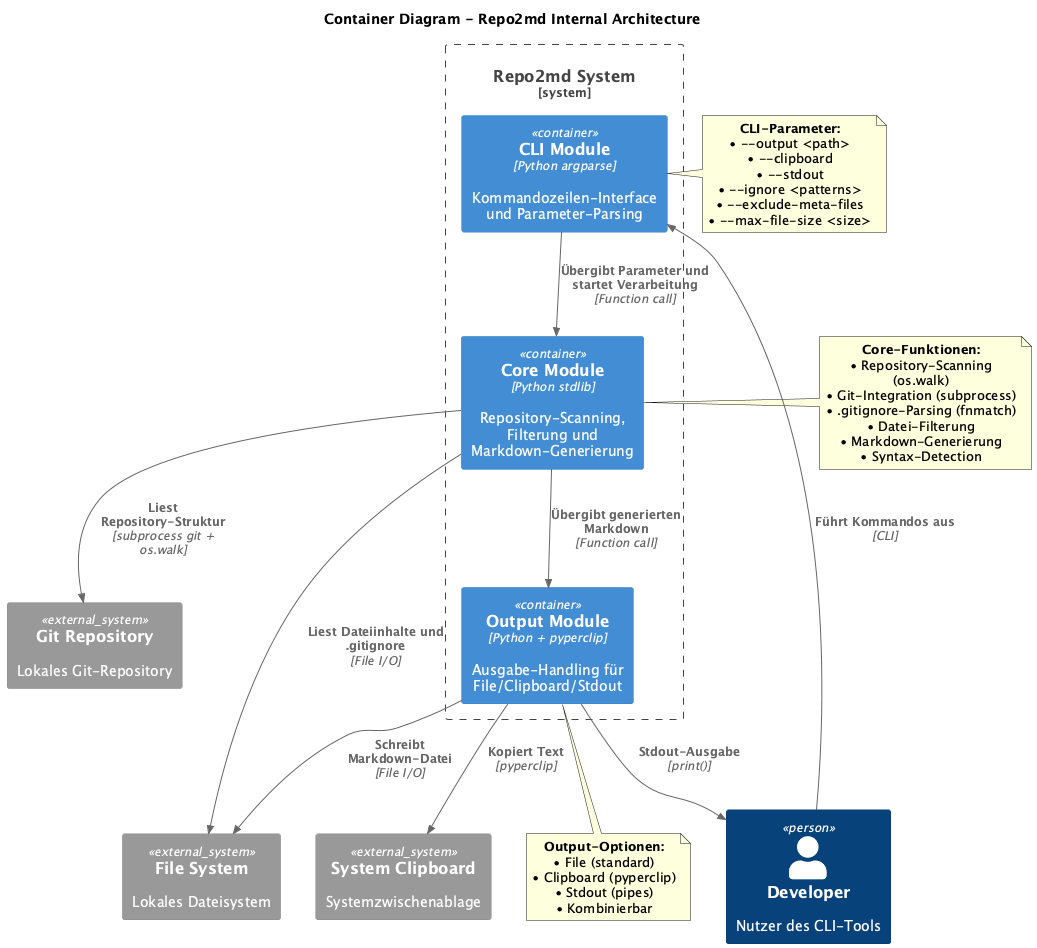
Before: docs/architecture/images/C4_Level2_repo2md.png, a diagram exported from PlantUML (georghildebrand/repo2ai).
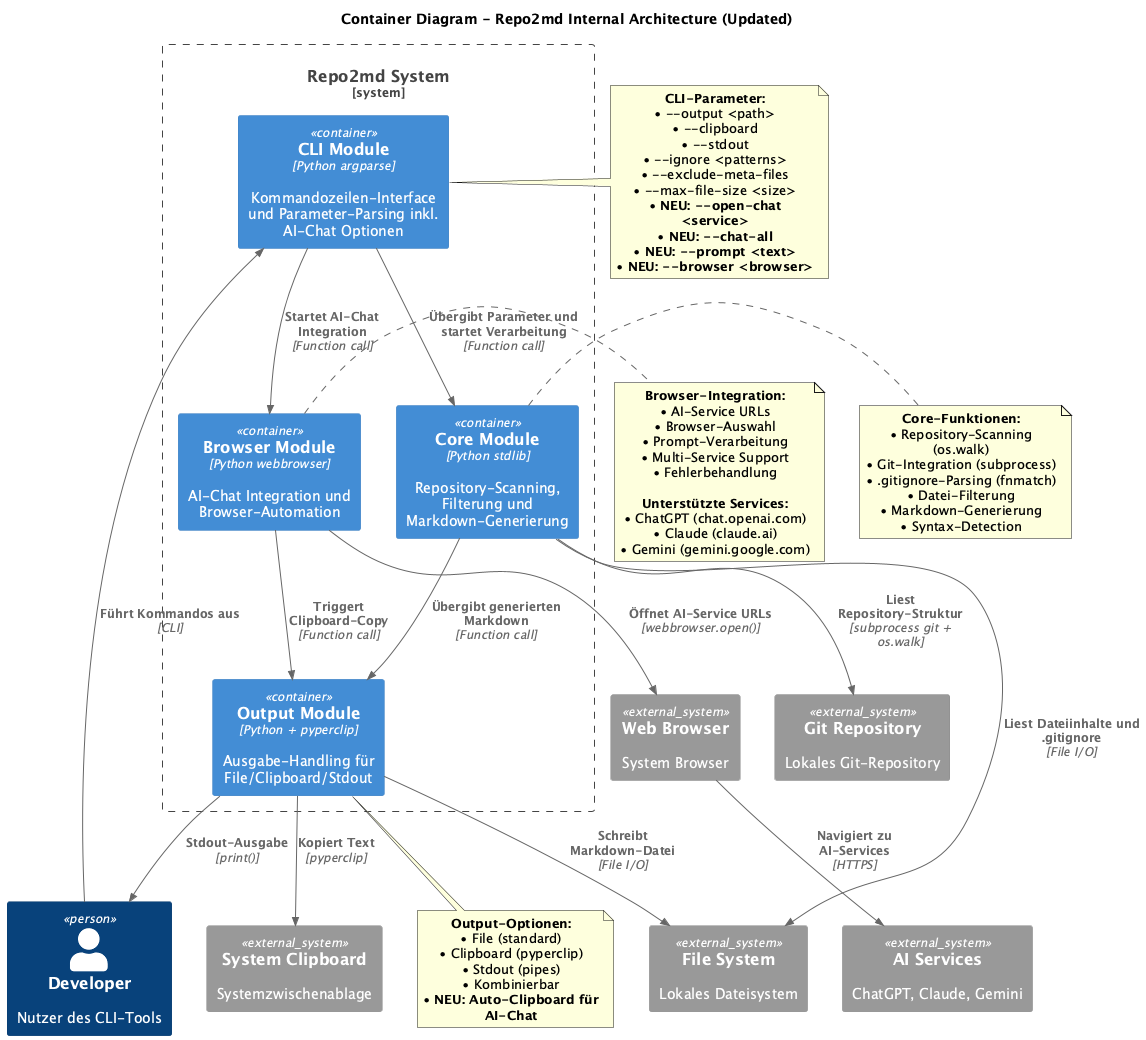
The same file after the commit.

Change to the diagram source:
```diff
@@ -1,30 +1,37 @@
 @startuml C4_Level2_repo2md
 !include https://raw.githubusercontent.com/plantuml-stdlib/C4-PlantUML/master/C4_Container.puml
 
-title Container Diagram - Repo2md Internal Architecture
+title Container Diagram - Repo2md Internal Architecture (Updated)
 
 Person(developer, "Developer", "Nutzer des CLI-Tools")
 
 System_Boundary(repoToMd, "Repo2md System") {
-    Container(cli, "CLI Module", "Python argparse", "Kommandozeilen-Interface und Parameter-Parsing")
+    Container(cli, "CLI Module", "Python argparse", "Kommandozeilen-Interface und Parameter-Parsing inkl. AI-Chat Optionen")
     Container(core, "Core Module", "Python stdlib", "Repository-Scanning, Filterung und Markdown-Generierung")
     Container(output, "Output Module", "Python + pyperclip", "Ausgabe-Handling für File/Clipboard/Stdout")
+    Container(browser, "Browser Module", "Python webbrowser", "AI-Chat Integration und Browser-Automation")
 }
 
 System_Ext(gitRepo, "Git Repository", "Lokales Git-Repository")
 System_Ext(fileSystem, "File System", "Lokales Dateisystem")
 System_Ext(clipboard, "System Clipboard", "Systemzwischenablage")
+System_Ext(webBrowser, "Web Browser", "System Browser")
+System_Ext(aiServices, "AI Services", "ChatGPT, Claude, Gemini")
 
 Rel(developer, cli, "Führt Kommandos aus", "CLI")
 
 Rel(cli, core, "Übergibt Parameter und startet Verarbeitung", "Function call")
 Rel(core, output, "Übergibt generierten Markdown", "Function call")
+Rel(cli, browser, "Startet AI-Chat Integration", "Function call")
+Rel(browser, output, "Triggert Clipboard-Copy", "Function call")
 
 Rel(core, gitRepo, "Liest Repository-Struktur", "subprocess git + os.walk")
 Rel(core, fileSystem, "Liest Dateiinhalte und .gitignore", "File I/O")
 Rel(output, fileSystem, "Schreibt Markdown-Datei", "File I/O")
 Rel(output, clipboard, "Kopiert Text", "pyperclip")
 Rel(output, developer, "Stdout-Ausgabe", "print()")
+Rel(browser, webBrowser, "Öffnet AI-Service URLs", "webbrowser.open()")
+Rel(webBrowser, aiServices, "Navigiert zu AI-Services", "HTTPS")
 
 note right of core
   **Core-Funktionen:**
@@ -44,6 +51,10 @@
   • --ignore <patterns>
   • --exclude-meta-files
   • --max-file-size <size>
+  • **NEU: --open-chat <service>**
+  • **NEU: --chat-all**
+  • **NEU: --prompt <text>**
+  • **NEU: --browser <browser>**
 end note
 
 note bottom of output
@@ -52,6 +63,21 @@
   • Clipboard (pyperclip)
   • Stdout (pipes)
   • Kombinierbar
+  • **NEU: Auto-Clipboard für AI-Chat**
+end note
+
+note right of browser
+  **Browser-Integration:**
+  • AI-Service URLs
+  • Browser-Auswahl
+  • Prompt-Verarbeitung
+  • Multi-Service Support
+  • Fehlerbehandlung
+
+  **Unterstützte Services:**
+  • ChatGPT (chat.openai.com)
+  • Claude (claude.ai)
+  • Gemini (gemini.google.com)
 end note
 
 @enduml
```
